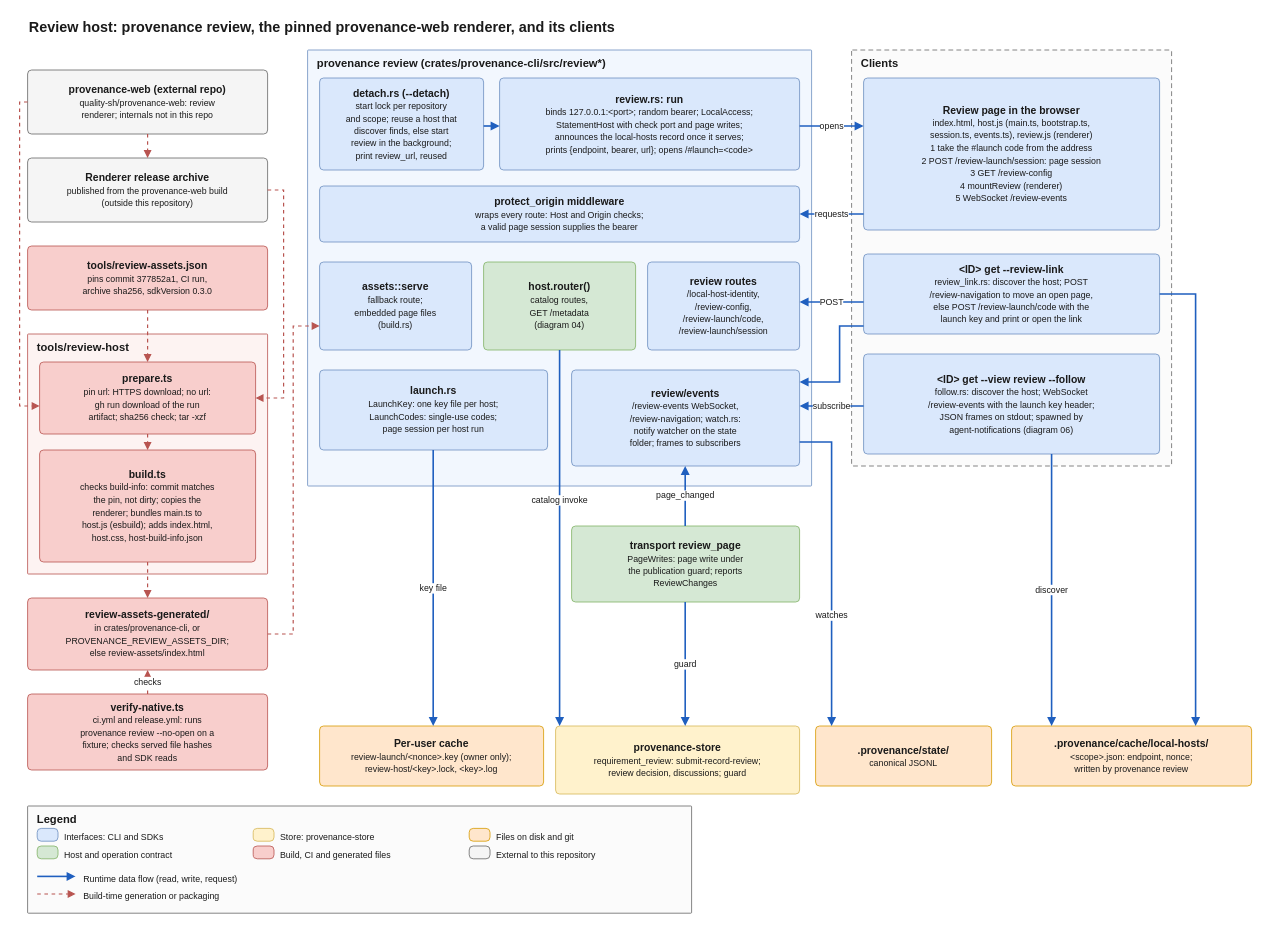
quality-sh/provenance keeps this draw.io diagram as docs/architecture/diagrams/07-review-host.drawio. Above is the earlier version. Source tidied: cells renumbered, new cells numbered last; positions are measured from the earlier drawing's top-left corner, leaving out a move shared by most shapes. Both pictures are drawn from the tidied source at 80%, with x=0, y=0 at pixel (19, 14).
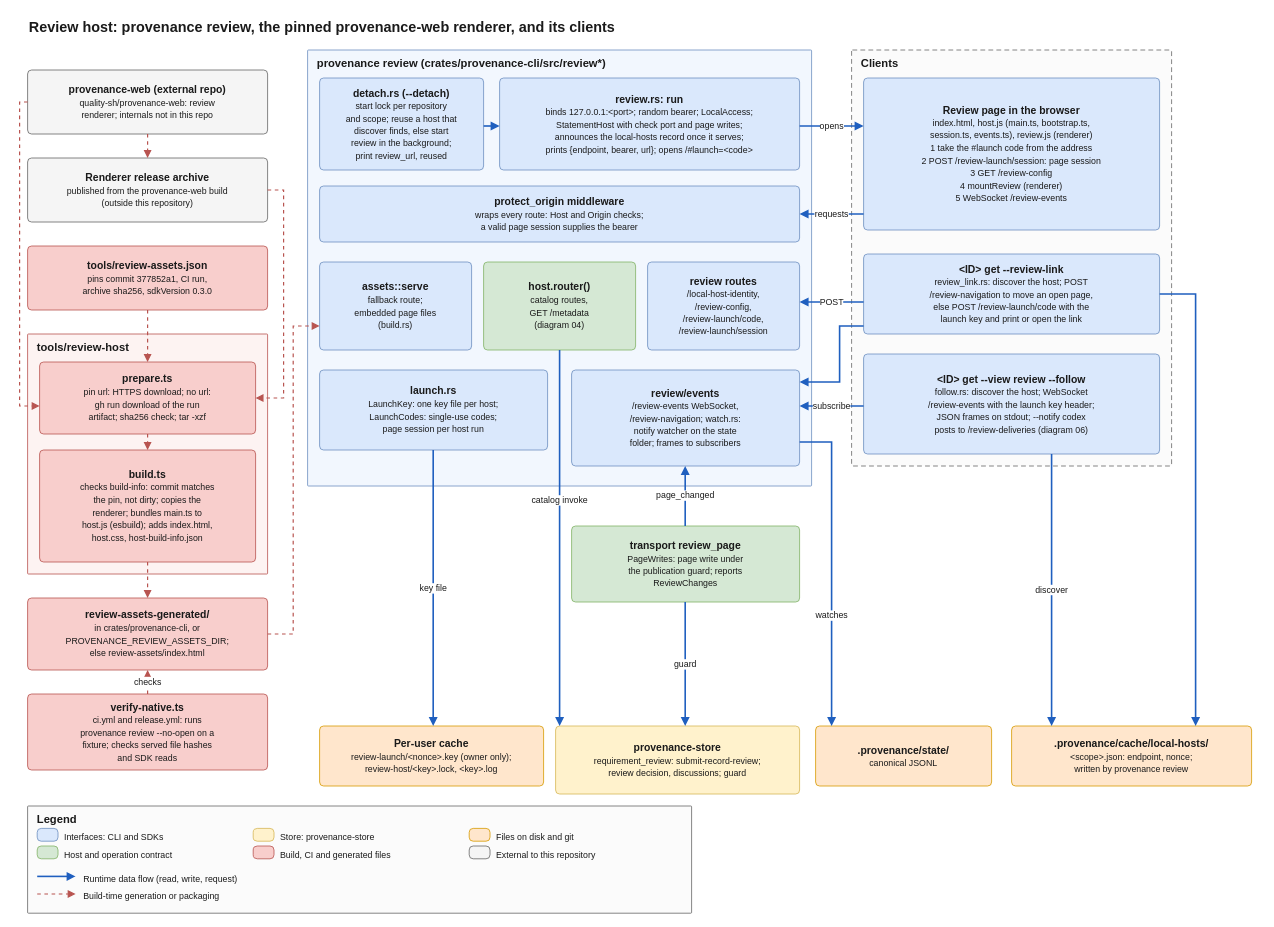
The same page after the edit.

The change refers to these unchanged cells:
```xml
<mxCell id="21" value="Clients" style="rounded=1;arcSize=2;absoluteArcSize=1;whiteSpace=wrap;html=1;fillColor=#fbfbfb;strokeColor=#666666;verticalAlign=top;align=left;spacingLeft=10;spacingRight=10;spacingTop=2;fontStyle=1;fontSize=14;fontColor=#1a1a1a;dashed=1;dashPattern=6 4;" parent="1" vertex="1">
  <mxGeometry x="1040" y="45" width="400" height="520" as="geometry" />
</mxCell>
```

Change to the diagram source:
```diff
@@
-    <mxCell id="24" value="&lt;b&gt;&amp;lt;ID&amp;gt; get --view review --follow&lt;/b&gt;&lt;br&gt;&lt;font style=&quot;font-size:11px&quot;&gt;follow.rs: discover the host; WebSocket&lt;br&gt;/review-events with the launch key header;&lt;br&gt;JSON frames on stdout; spawned by&lt;br&gt;agent-notifications (diagram 06)&lt;/font&gt;" style="rounded=1;arcSize=10;absoluteArcSize=1;whiteSpace=wrap;html=1;fillColor=#dae8fc;strokeColor=#6c8ebf;fontSize=13;fontColor=#1a1a1a;verticalAlign=middle;align=center;spacing=4;" parent="21" vertex="1">
+    <mxCell id="24" value="&lt;b&gt;&amp;lt;ID&amp;gt; get --view review --follow&lt;/b&gt;&lt;br&gt;&lt;font style=&quot;font-size:11px&quot;&gt;follow.rs: discover the host; WebSocket&lt;br&gt;/review-events with the launch key header;&lt;br&gt;JSON frames on stdout; --notify codex&lt;br&gt;posts to /review-deliveries (diagram 06)&lt;/font&gt;" style="rounded=1;arcSize=10;absoluteArcSize=1;whiteSpace=wrap;html=1;fillColor=#dae8fc;strokeColor=#6c8ebf;fontSize=13;fontColor=#1a1a1a;verticalAlign=middle;align=center;spacing=4;" parent="21" vertex="1">
       <mxGeometry x="15" y="380" width="370" height="125" as="geometry" />
     </mxCell>
```
